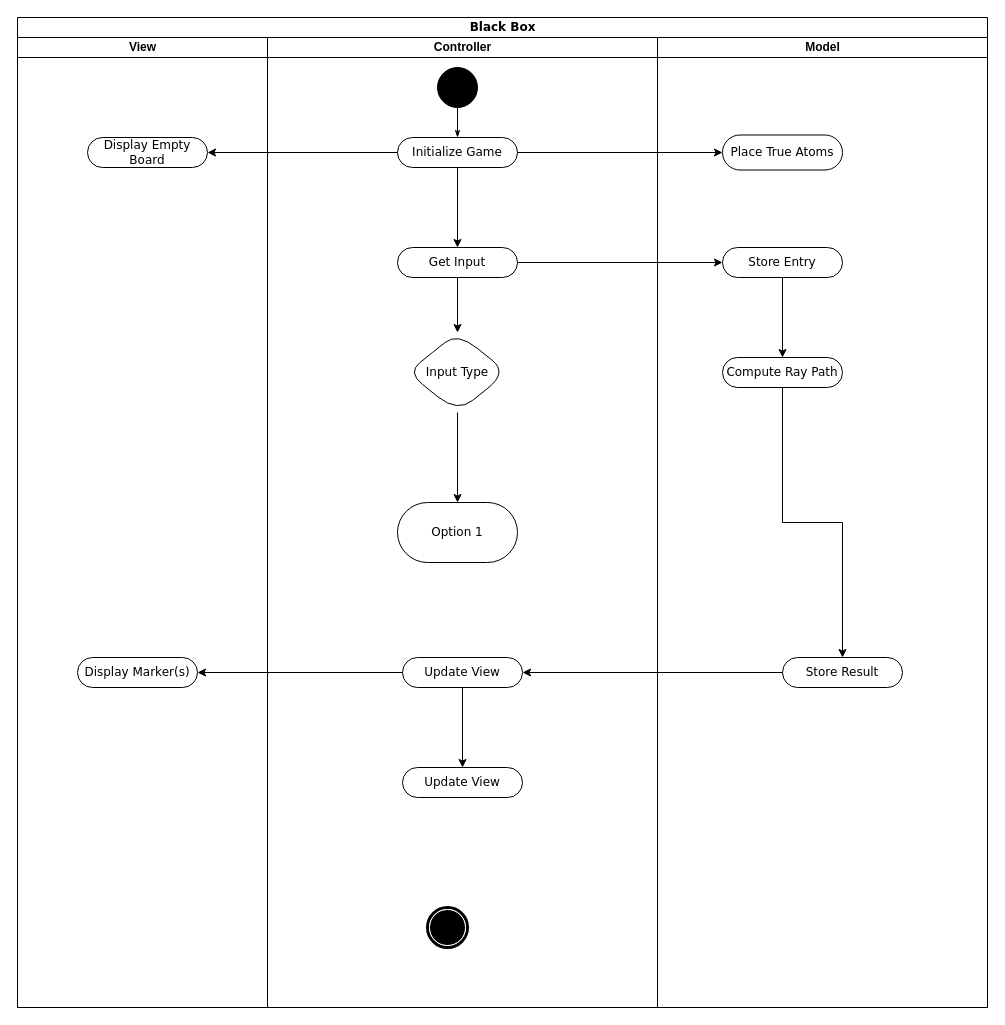
Earlier version of the draw.io diagram UML-activity-diagram.drawio (Juutar/COMP20050SEP2-1). Source tidied: cells renumbered, new cells numbered last; positions are measured from the earlier drawing's top-left corner, leaving out a move shared by most shapes. Both pictures are drawn from the tidied source at 100%, with x=0, y=0 at pixel (17, 17).
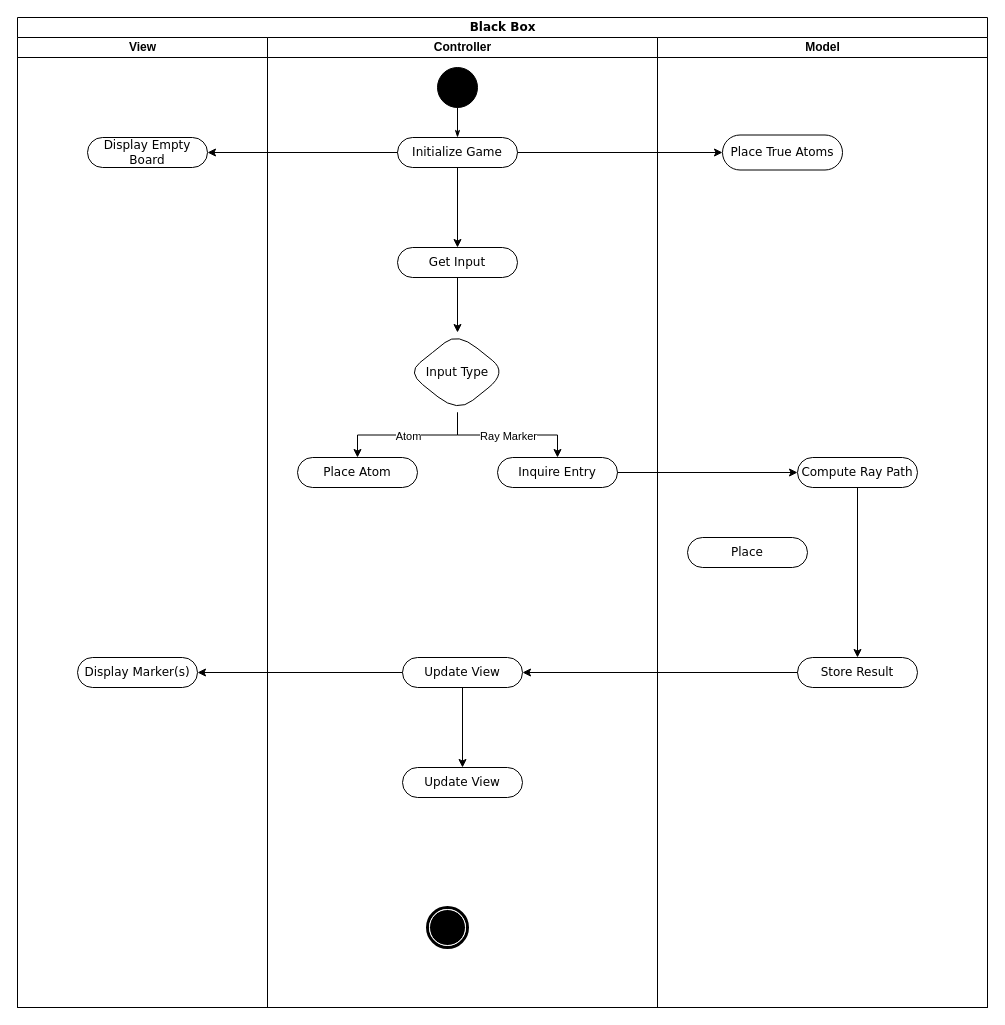
The same diagram, later.

Unchanged cells that the change refers to:
```xml
<mxCell id="2" value="Black Box" style="swimlane;html=1;startSize=20;rounded=0;shadow=0;comic=0;labelBackgroundColor=none;strokeWidth=1;fontFamily=Verdana;fontSize=12;align=center;" parent="1" vertex="1">
  <mxGeometry width="970" height="990" as="geometry" />
</mxCell>
<mxCell id="5" value="Controller" style="swimlane;html=1;startSize=20;" parent="2" vertex="1">
  <mxGeometry x="250" y="20" width="390" height="970" as="geometry" />
</mxCell>
<mxCell id="12" value="Get Input" style="rounded=1;whiteSpace=wrap;html=1;shadow=0;comic=0;labelBackgroundColor=none;strokeWidth=1;fontFamily=Verdana;fontSize=12;align=center;arcSize=50;" parent="5" vertex="1">
  <mxGeometry x="130" y="210" width="120" height="30" as="geometry" />
</mxCell>
<mxCell id="13" style="edgeStyle=orthogonalEdgeStyle;rounded=0;jettySize=auto;html=1;" parent="5" edge="1" source="14" target="22">
  <mxGeometry relative="1" as="geometry" />
</mxCell>
<mxCell id="14" value="Input Type" style="rhombus;whiteSpace=wrap;html=1;fontFamily=Verdana;rounded=1;shadow=0;comic=0;labelBackgroundColor=none;strokeWidth=1;arcSize=50;" parent="5" vertex="1">
  <mxGeometry x="140" y="295" width="100" height="80" as="geometry" />
</mxCell>
<mxCell id="17" value="Update View" style="rounded=1;whiteSpace=wrap;html=1;shadow=0;comic=0;labelBackgroundColor=none;strokeWidth=1;fontFamily=Verdana;fontSize=12;align=center;arcSize=50;" parent="5" vertex="1">
  <mxGeometry x="135" y="620" width="120" height="30" as="geometry" />
</mxCell>
<mxCell id="23" value="Model" style="swimlane;html=1;startSize=20;" parent="2" vertex="1">
  <mxGeometry x="640" y="20" width="330" height="970" as="geometry" />
</mxCell>
```

What changed in the source:
```diff
@@
+    <mxCell id="32" value="&lt;div&gt;Atom&lt;/div&gt;" style="edgeLabel;html=1;align=center;verticalAlign=middle;" parent="13" vertex="1">
+      <mxGeometry x="-0.4" y="1" relative="1" as="geometry">
+        <mxPoint x="-28" as="offset" />
+      </mxGeometry>
+    </mxCell>
+    <mxCell id="33" style="edgeStyle=orthogonalEdgeStyle;rounded=0;jettySize=auto;html=1;" parent="5" edge="1" source="14" target="35">
+      <mxGeometry relative="1" as="geometry" />
+    </mxCell>
+    <mxCell id="34" value="&lt;div&gt;Ray Marker&lt;/div&gt;" style="edgeLabel;html=1;align=center;verticalAlign=middle;" parent="33" vertex="1">
+      <mxGeometry relative="1" as="geometry">
+        <mxPoint y="1" as="offset" />
+      </mxGeometry>
+    </mxCell>
@@
-    <mxCell id="19" value="Store Result" style="rounded=1;whiteSpace=wrap;html=1;shadow=0;comic=0;labelBackgroundColor=none;strokeWidth=1;fontFamily=Verdana;fontSize=12;align=center;arcSize=50;" parent="5" vertex="1">
-      <mxGeometry x="515" y="620" width="120" height="30" as="geometry" />
-    </mxCell>
-    <mxCell id="20" style="edgeStyle=orthogonalEdgeStyle;rounded=0;jettySize=auto;html=1;" parent="5" edge="1" source="19" target="17">
-      <mxGeometry relative="1" as="geometry" />
-    </mxCell>
@@
-    <mxCell id="22" value="Option 1" style="whiteSpace=wrap;html=1;fontFamily=Verdana;rounded=1;shadow=0;comic=0;labelBackgroundColor=none;strokeWidth=1;arcSize=50;" parent="5" vertex="1">
-      <mxGeometry x="130" y="465" width="120" height="60" as="geometry" />
+    <mxCell id="22" value="Place Atom" style="whiteSpace=wrap;html=1;fontFamily=Verdana;rounded=1;shadow=0;comic=0;labelBackgroundColor=none;strokeWidth=1;arcSize=50;" parent="5" vertex="1">
+      <mxGeometry x="30" y="420" width="120" height="30" as="geometry" />
     </mxCell>
+    <mxCell id="35" value="Inquire Entry" style="whiteSpace=wrap;html=1;fontFamily=Verdana;rounded=1;shadow=0;comic=0;labelBackgroundColor=none;strokeWidth=1;arcSize=50;" parent="5" vertex="1">
+      <mxGeometry x="230" y="420" width="120" height="30" as="geometry" />
+    </mxCell>
@@
-    <mxCell id="25" style="edgeStyle=orthogonalEdgeStyle;rounded=0;jettySize=auto;html=1;" parent="23" edge="1" source="26" target="27">
-      <mxGeometry relative="1" as="geometry" />
-    </mxCell>
-    <mxCell id="26" value="Store Entry" style="rounded=1;whiteSpace=wrap;html=1;shadow=0;comic=0;labelBackgroundColor=none;strokeWidth=1;fontFamily=Verdana;fontSize=12;align=center;arcSize=50;" parent="23" vertex="1">
-      <mxGeometry x="65" y="210" width="120" height="30" as="geometry" />
-    </mxCell>
     <mxCell id="27" value="Compute Ray Path" style="rounded=1;whiteSpace=wrap;html=1;shadow=0;comic=0;labelBackgroundColor=none;strokeWidth=1;fontFamily=Verdana;fontSize=12;align=center;arcSize=50;" parent="23" vertex="1">
-      <mxGeometry x="65" y="320" width="120" height="30" as="geometry" />
+      <mxGeometry x="140" y="420" width="120" height="30" as="geometry" />
     </mxCell>
+    <mxCell id="19" value="Store Result" style="rounded=1;whiteSpace=wrap;html=1;shadow=0;comic=0;labelBackgroundColor=none;strokeWidth=1;fontFamily=Verdana;fontSize=12;align=center;arcSize=50;" parent="23" vertex="1">
+      <mxGeometry x="140" y="620" width="120" height="30" as="geometry" />
+    </mxCell>
+    <mxCell id="31" style="edgeStyle=orthogonalEdgeStyle;rounded=0;jettySize=auto;html=1;" parent="23" edge="1" source="27" target="19">
+      <mxGeometry relative="1" as="geometry" />
+    </mxCell>
+    <mxCell id="36" value="Place " style="rounded=1;whiteSpace=wrap;html=1;shadow=0;comic=0;labelBackgroundColor=none;strokeWidth=1;fontFamily=Verdana;fontSize=12;align=center;arcSize=50;" parent="23" vertex="1">
+      <mxGeometry x="30" y="500" width="120" height="30" as="geometry" />
+    </mxCell>
@@
-    <mxCell id="30" style="edgeStyle=orthogonalEdgeStyle;rounded=0;jettySize=auto;html=1;" parent="2" edge="1" source="12" target="26">
-      <mxGeometry relative="1" as="geometry" />
-    </mxCell>
-    <mxCell id="31" style="edgeStyle=orthogonalEdgeStyle;rounded=0;jettySize=auto;html=1;" parent="2" edge="1" source="27" target="19">
-      <mxGeometry relative="1" as="geometry" />
-    </mxCell>
+    <mxCell id="37" style="edgeStyle=orthogonalEdgeStyle;rounded=0;jettySize=auto;html=1;entryX=0;entryY=0.5;entryDx=0;entryDy=0;" parent="2" edge="1" source="35" target="27">
+      <mxGeometry relative="1" as="geometry" />
+    </mxCell>
+    <mxCell id="20" style="edgeStyle=orthogonalEdgeStyle;rounded=0;jettySize=auto;html=1;" parent="2" edge="1" source="19" target="17">
+      <mxGeometry relative="1" as="geometry" />
+    </mxCell>
```
